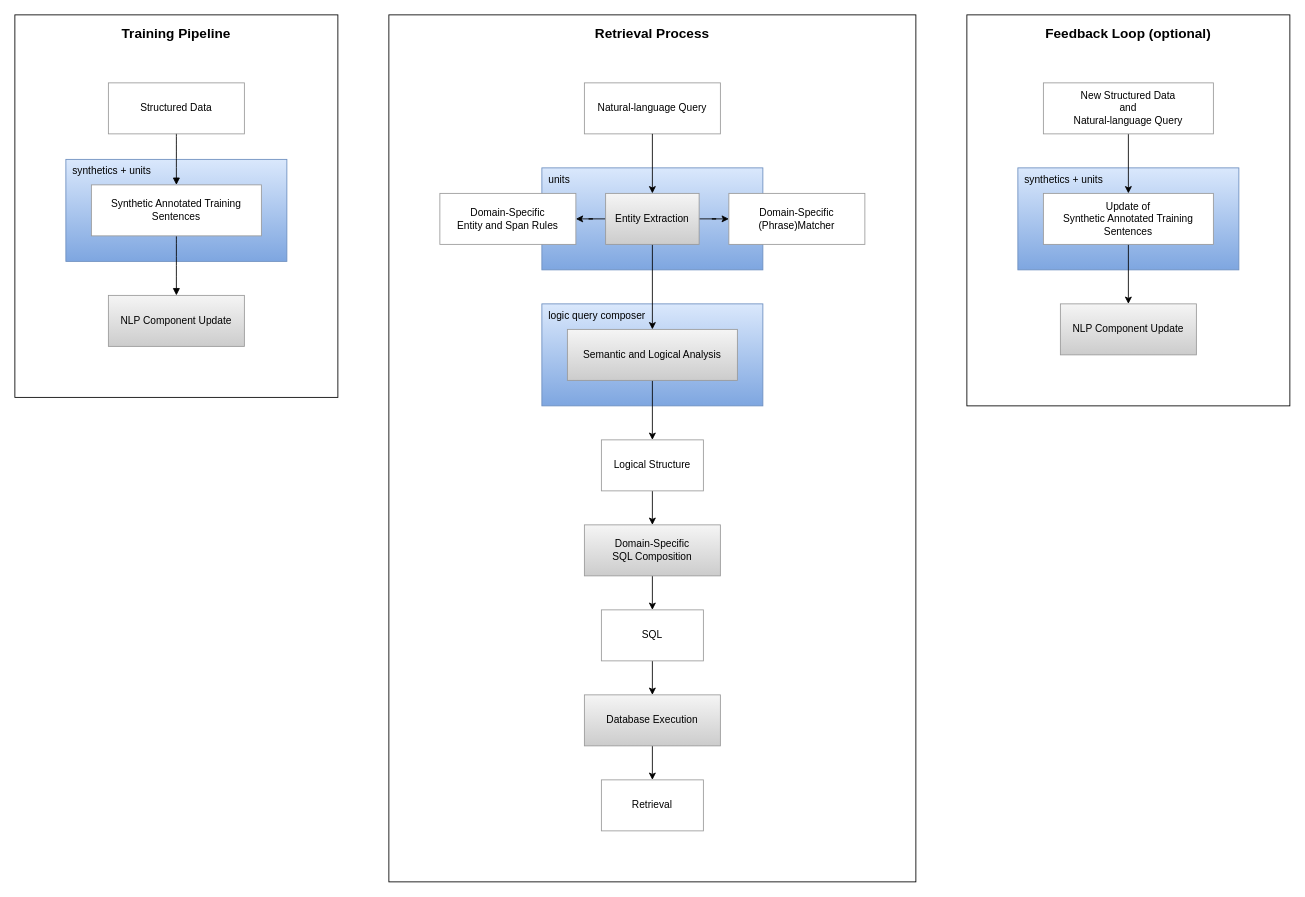
The draw.io diagram assets/retrieval-process.drawio in seanox/seanox-ai-nlp, before the edit. Source tidied: cells renumbered, new cells numbered last; positions are measured from the earlier drawing's top-left corner, leaving out a move shared by most shapes. Both pictures are drawn from the tidied source at 85%, with x=0, y=0 at pixel (14, 14).
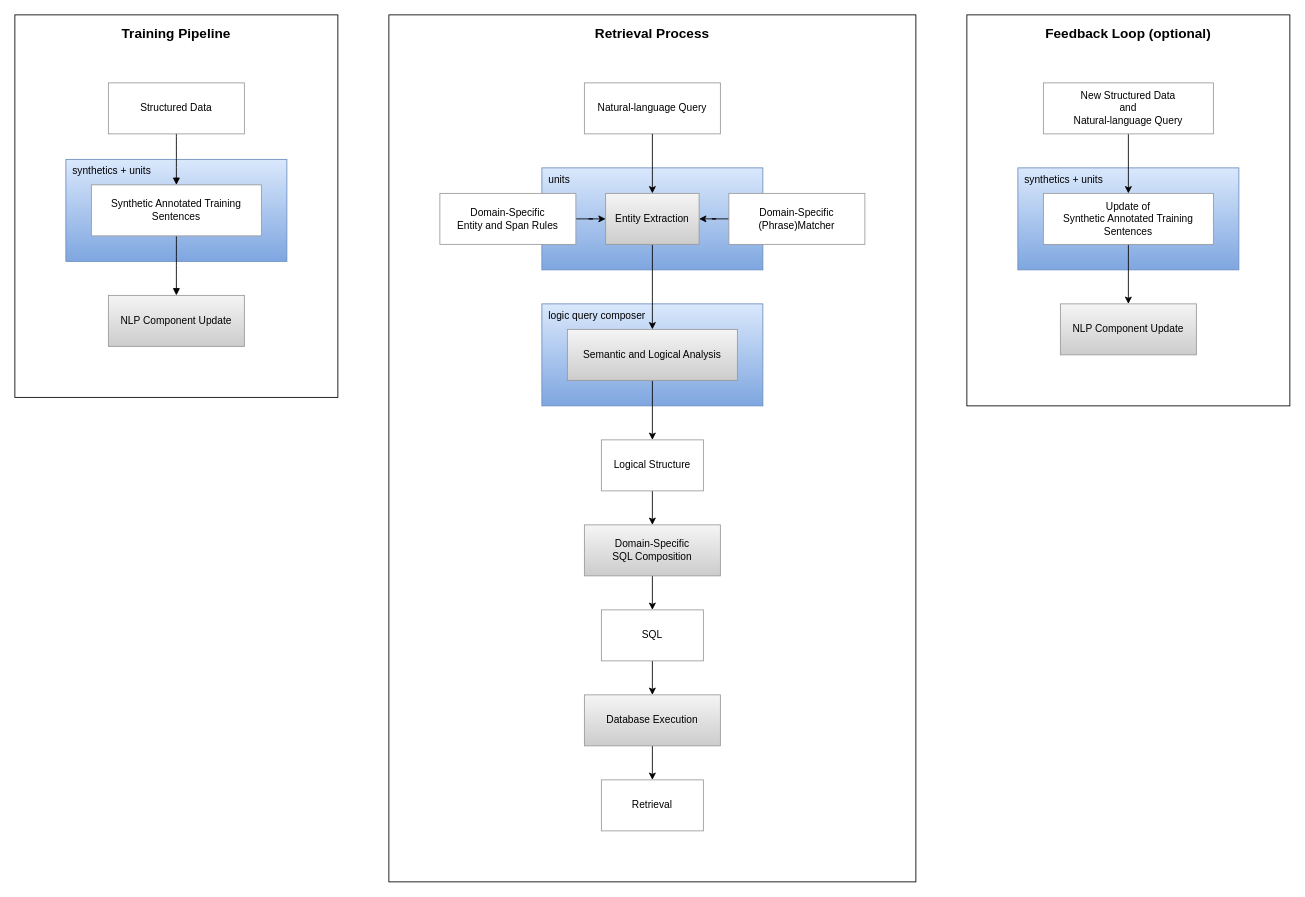
After the change.

The change refers to these unchanged cells:
```xml
<mxCell id="23" value="Entity Extraction" style="whiteSpace=wrap;strokeWidth=1;fillColor=#f5f5f5;gradientColor=#CCCCCC;strokeColor=#999999;gradientDirection=south;" parent="1" vertex="1">
  <mxGeometry x="695" y="210" width="110" height="60" as="geometry" />
</mxCell>
<mxCell id="36" value="Domain-Specific &#10;Entity and Span Rules" style="whiteSpace=wrap;strokeWidth=1;strokeColor=#999999;" parent="1" vertex="1">
  <mxGeometry x="500" y="210" width="160" height="60" as="geometry" />
</mxCell>
<mxCell id="37" value="Domain-Specific &#10;(Phrase)Matcher" style="whiteSpace=wrap;strokeWidth=1;strokeColor=#999999;" parent="1" vertex="1">
  <mxGeometry x="840" y="210" width="160" height="60" as="geometry" />
</mxCell>
```

The edit, as a diff of the source:
```diff
@@
-    <mxCell id="21" style="edgeStyle=orthogonalEdgeStyle;rounded=0;jettySize=auto;html=1;entryX=0;entryY=0.5;entryDx=0;entryDy=0;" parent="1" edge="1" source="23" target="37">
+    <mxCell id="21" style="edgeStyle=orthogonalEdgeStyle;rounded=0;jettySize=auto;html=1;entryX=0;entryY=0.5;entryDx=0;entryDy=0;startArrow=classic;startFill=1;endArrow=none;endFill=0;" parent="1" edge="1" source="23" target="37">
       <mxGeometry relative="1" as="geometry" />
     </mxCell>
-    <mxCell id="22" style="edgeStyle=orthogonalEdgeStyle;rounded=0;jettySize=auto;html=1;entryX=1;entryY=0.5;entryDx=0;entryDy=0;" parent="1" edge="1" source="23" target="36">
+    <mxCell id="22" style="edgeStyle=orthogonalEdgeStyle;rounded=0;jettySize=auto;html=1;entryX=1;entryY=0.5;entryDx=0;entryDy=0;startArrow=classic;startFill=1;endArrow=none;endFill=0;" parent="1" edge="1" source="23" target="36">
       <mxGeometry relative="1" as="geometry" />
     </mxCell>
```
